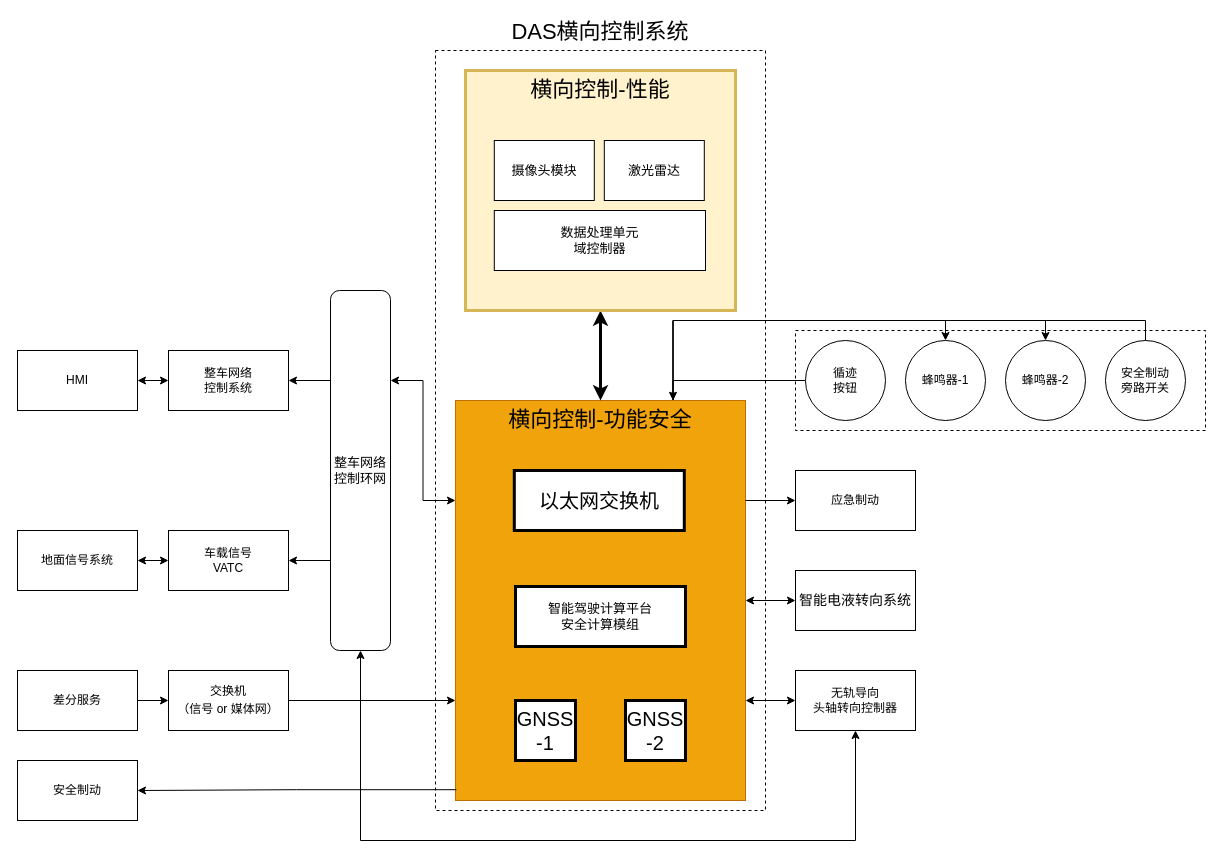
This is page "横向控制安全部分与外部系统关联关系图" (6 of 8) of 马来DAS系统关联关系图.drawio from FrankWong-cs/SharingwithColleagues, a draw.io file, before an edit. Source tidied: cells renumbered, new cells numbered last; positions are measured from the earlier drawing's top-left corner, leaving out a move shared by most shapes. Both pictures are drawn from the tidied source at 100%, with x=0, y=0 at pixel (17, 17).
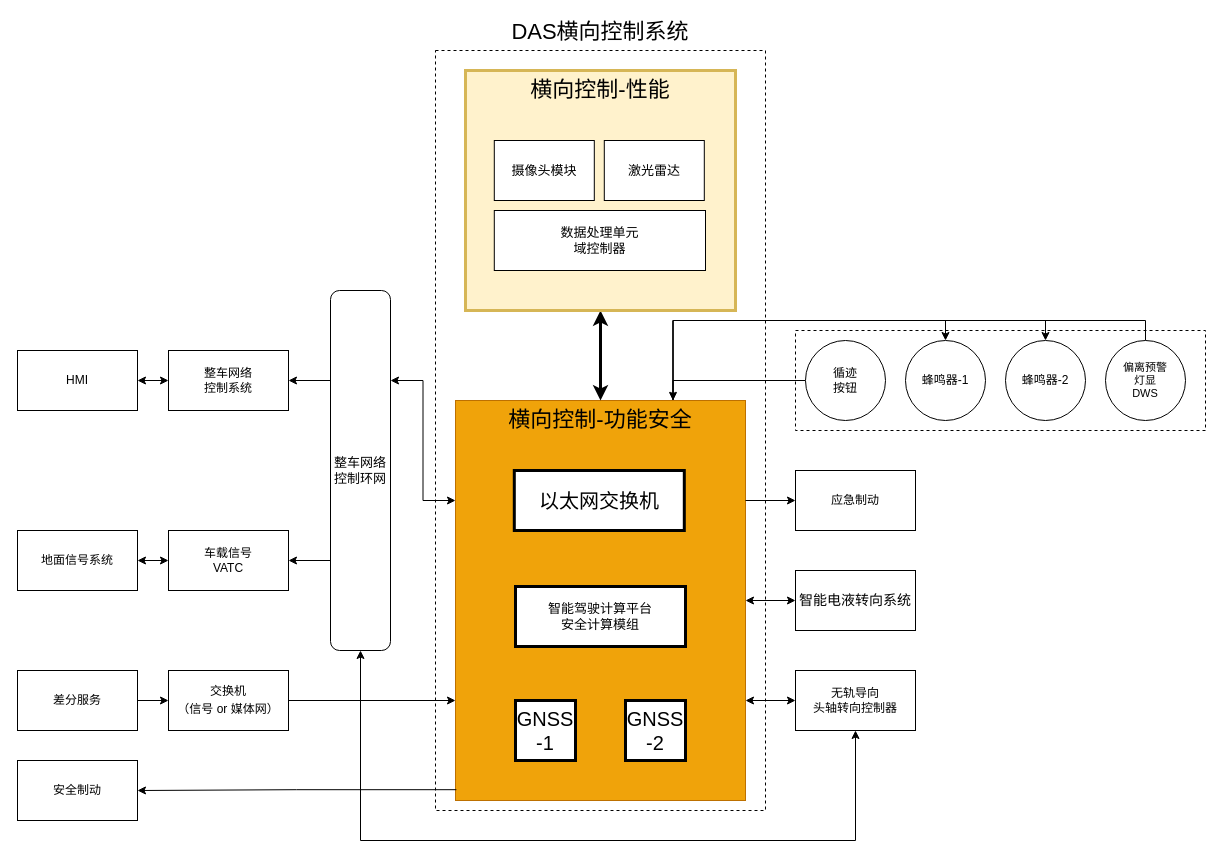
After the change.

Commit message:
Update 马来DAS系统关联关系图.drawio

What changed in the source:
```diff
@@
-    <mxCell id="45" value="安全制动&lt;br&gt;旁路开关" style="ellipse;whiteSpace=wrap;html=1;" parent="1" vertex="1">
+    <mxCell id="45" value="&lt;span style=&quot;font-size: 11px;&quot;&gt;偏离预警&lt;/span&gt;&lt;div style=&quot;font-size: 11px;&quot;&gt;灯显&lt;/div&gt;&lt;div style=&quot;font-size: 11px;&quot;&gt;DWS&lt;/div&gt;" style="ellipse;whiteSpace=wrap;html=1;fontSize=11;" parent="1" vertex="1">
       <mxGeometry x="1088" y="323" width="80" height="80" as="geometry" />
     </mxCell>
```
